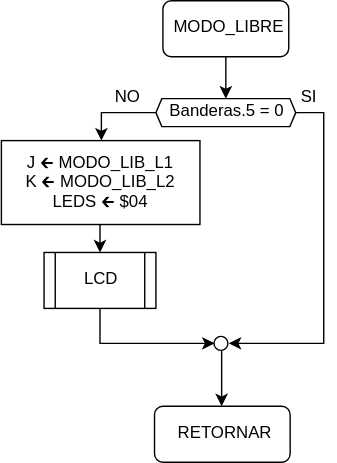
slealq/micros keeps this draw.io diagram as PROYECTO/diagrams_svg/MODO_LIBRE.svg. Above is the earlier version. Source tidied: cells renumbered, new cells last; positions are measured from the earlier drawing's top-left corner, leaving out a move shared by most shapes.
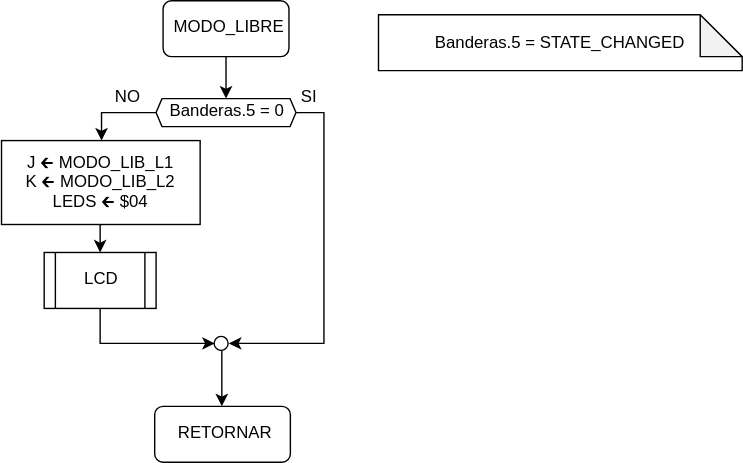
Above is the later version.

Change to the diagram source:
```diff
@@ -48,5 +48,8 @@
     <mxCell id="15" value="RETORNAR" style="rounded=1;whiteSpace=wrap;html=1;" parent="1" vertex="1">
       <mxGeometry x="110" y="290" width="97" height="40" as="geometry" />
     </mxCell>
+    <mxCell id="16" value="Banderas.5 = STATE_CHANGED" style="shape=note;backgroundOutline=1;darkOpacity=0.05;" parent="1" vertex="1">
+      <mxGeometry x="270" y="10" width="260" height="40" as="geometry" />
+    </mxCell>
   </root>
 </mxGraphModel>
```
